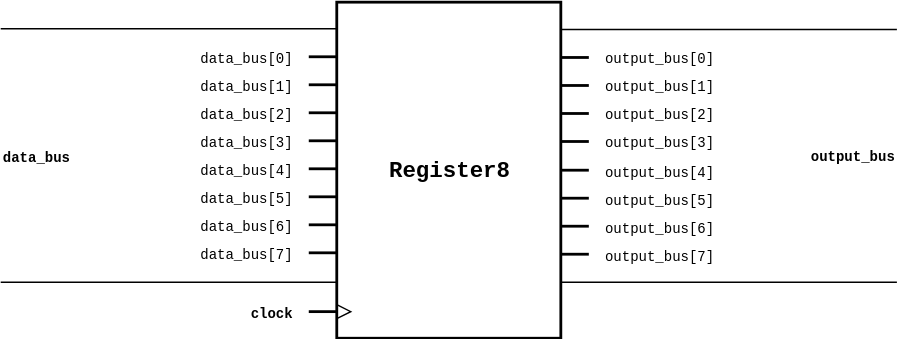
Above: docs/images/schematics/storage/Register8.svg in jamesjiang52/Bitwise (draw.io), before the change. Source tidied: cells renumbered, new cells last; positions are measured from the earlier drawing's top-left corner, leaving out a move shared by most shapes. Its diagram source:
```xml
<mxGraphModel background="#ffffff">
  <root>
    <mxCell id="0" />
    <mxCell id="1" parent="0" />
    <mxCell id="2" style="group;" parent="1" vertex="1">
      <mxGeometry width="640" height="240" as="geometry" />
    </mxCell>
    <mxCell id="3" value="&lt;font face=&quot;Courier New&quot;&gt;&lt;font style=&quot;font-size: 10px&quot;&gt;data_bus[2]&lt;/font&gt;&lt;br&gt;&lt;/font&gt;" style="text;html=1;strokeColor=none;fillColor=none;align=right;verticalAlign=middle;whiteSpace=wrap;rounded=0;" parent="2" vertex="1">
      <mxGeometry x="160" y="69" width="50" height="20" as="geometry" />
    </mxCell>
    <mxCell id="4" value="&lt;font face=&quot;Courier New&quot;&gt;&lt;font style=&quot;font-size: 10px&quot;&gt;data_bus[1]&lt;/font&gt;&lt;br&gt;&lt;/font&gt;" style="text;html=1;strokeColor=none;fillColor=none;align=right;verticalAlign=middle;whiteSpace=wrap;rounded=0;" parent="2" vertex="1">
      <mxGeometry x="160" y="49" width="50" height="20" as="geometry" />
    </mxCell>
    <mxCell id="5" style="rounded=0;whiteSpace=wrap;html=1;strokeWidth=2;" parent="2" vertex="1">
      <mxGeometry x="240" width="160" height="240" as="geometry" />
    </mxCell>
    <mxCell id="6" style="endArrow=none;html=1;strokeWidth=2;" parent="2" edge="1">
      <mxGeometry relative="1" as="geometry">
        <mxPoint x="220" y="39" as="sourcePoint" />
        <mxPoint x="240" y="39" as="targetPoint" />
      </mxGeometry>
    </mxCell>
    <mxCell id="7" style="endArrow=none;html=1;strokeWidth=2;" parent="2" edge="1">
      <mxGeometry relative="1" as="geometry">
        <mxPoint x="400" y="99.5" as="sourcePoint" />
        <mxPoint x="420" y="99.5" as="targetPoint" />
      </mxGeometry>
    </mxCell>
    <mxCell id="8" value="&lt;font face=&quot;Courier New&quot;&gt;&lt;span style=&quot;font-size: 16px&quot;&gt;&lt;b&gt;Register8&lt;/b&gt;&lt;/span&gt;&lt;/font&gt;&lt;br&gt;" style="text;html=1;strokeColor=none;fillColor=none;align=center;verticalAlign=middle;whiteSpace=wrap;rounded=0;" parent="2" vertex="1">
      <mxGeometry x="240" width="160" height="240" as="geometry" />
    </mxCell>
    <mxCell id="9" value="&lt;font face=&quot;Courier New&quot;&gt;&lt;font style=&quot;font-size: 10px&quot;&gt;data_bus[0]&lt;/font&gt;&lt;br&gt;&lt;/font&gt;" style="text;html=1;strokeColor=none;fillColor=none;align=right;verticalAlign=middle;whiteSpace=wrap;rounded=0;" parent="2" vertex="1">
      <mxGeometry x="160" y="29" width="50" height="20" as="geometry" />
    </mxCell>
    <mxCell id="10" value="&lt;font face=&quot;Courier New&quot; style=&quot;font-size: 10px&quot;&gt;output_bus[0]&lt;/font&gt;" style="text;html=1;strokeColor=none;fillColor=none;align=left;verticalAlign=middle;whiteSpace=wrap;rounded=0;" parent="2" vertex="1">
      <mxGeometry x="430" y="29.5" width="80" height="20" as="geometry" />
    </mxCell>
    <mxCell id="11" style="endArrow=none;html=1;strokeWidth=2;" parent="2" edge="1">
      <mxGeometry relative="1" as="geometry">
        <mxPoint x="220" y="59" as="sourcePoint" />
        <mxPoint x="240" y="59" as="targetPoint" />
      </mxGeometry>
    </mxCell>
    <mxCell id="12" style="endArrow=none;html=1;" parent="2" edge="1">
      <mxGeometry relative="1" as="geometry">
        <mxPoint y="200" as="sourcePoint" />
        <mxPoint x="240" y="200" as="targetPoint" />
      </mxGeometry>
    </mxCell>
    <mxCell id="13" style="endArrow=none;html=1;strokeWidth=2;" parent="2" edge="1">
      <mxGeometry relative="1" as="geometry">
        <mxPoint x="220" y="79" as="sourcePoint" />
        <mxPoint x="240" y="79" as="targetPoint" />
      </mxGeometry>
    </mxCell>
    <mxCell id="14" style="endArrow=none;html=1;strokeWidth=2;" parent="2" edge="1">
      <mxGeometry relative="1" as="geometry">
        <mxPoint x="220" y="99" as="sourcePoint" />
        <mxPoint x="240" y="99" as="targetPoint" />
      </mxGeometry>
    </mxCell>
    <mxCell id="15" value="&lt;font face=&quot;Courier New&quot;&gt;&lt;font style=&quot;font-size: 10px&quot;&gt;data_bus[3]&lt;/font&gt;&lt;br&gt;&lt;/font&gt;" style="text;html=1;strokeColor=none;fillColor=none;align=right;verticalAlign=middle;whiteSpace=wrap;rounded=0;" parent="2" vertex="1">
      <mxGeometry x="160" y="89" width="50" height="20" as="geometry" />
    </mxCell>
    <mxCell id="16" style="endArrow=none;html=1;" parent="2" edge="1">
      <mxGeometry relative="1" as="geometry">
        <mxPoint y="19" as="sourcePoint" />
        <mxPoint x="240" y="19" as="targetPoint" />
      </mxGeometry>
    </mxCell>
    <mxCell id="17" value="&lt;b&gt;&lt;font face=&quot;Courier New&quot; style=&quot;font-size: 10px&quot;&gt;data_bus&lt;/font&gt;&lt;/b&gt;" style="text;html=1;strokeColor=none;fillColor=none;align=left;verticalAlign=middle;whiteSpace=wrap;rounded=0;" parent="2" vertex="1">
      <mxGeometry y="100" width="70" height="20" as="geometry" />
    </mxCell>
    <mxCell id="18" style="endArrow=none;html=1;strokeWidth=2;" parent="2" edge="1">
      <mxGeometry relative="1" as="geometry">
        <mxPoint x="400" y="39.5" as="sourcePoint" />
        <mxPoint x="420" y="39.5" as="targetPoint" />
      </mxGeometry>
    </mxCell>
    <mxCell id="19" style="endArrow=none;html=1;strokeWidth=2;" parent="2" edge="1">
      <mxGeometry relative="1" as="geometry">
        <mxPoint x="400" y="59.5" as="sourcePoint" />
        <mxPoint x="420" y="59.5" as="targetPoint" />
      </mxGeometry>
    </mxCell>
    <mxCell id="20" style="endArrow=none;html=1;strokeWidth=2;" parent="2" edge="1">
      <mxGeometry relative="1" as="geometry">
        <mxPoint x="400" y="79.5" as="sourcePoint" />
        <mxPoint x="420" y="79.5" as="targetPoint" />
      </mxGeometry>
    </mxCell>
    <mxCell id="21" value="&lt;font face=&quot;Courier New&quot; style=&quot;font-size: 10px&quot;&gt;output_bus[1]&lt;/font&gt;" style="text;html=1;strokeColor=none;fillColor=none;align=left;verticalAlign=middle;whiteSpace=wrap;rounded=0;" parent="2" vertex="1">
      <mxGeometry x="430" y="49.5" width="80" height="20" as="geometry" />
    </mxCell>
    <mxCell id="22" value="&lt;font face=&quot;Courier New&quot; style=&quot;font-size: 10px&quot;&gt;output_bus[2]&lt;/font&gt;" style="text;html=1;strokeColor=none;fillColor=none;align=left;verticalAlign=middle;whiteSpace=wrap;rounded=0;" parent="2" vertex="1">
      <mxGeometry x="430" y="69.5" width="80" height="20" as="geometry" />
    </mxCell>
    <mxCell id="23" value="&lt;font face=&quot;Courier New&quot; style=&quot;font-size: 10px&quot;&gt;output_bus[3]&lt;/font&gt;" style="text;html=1;strokeColor=none;fillColor=none;align=left;verticalAlign=middle;whiteSpace=wrap;rounded=0;" parent="2" vertex="1">
      <mxGeometry x="430" y="89.5" width="80" height="20" as="geometry" />
    </mxCell>
    <mxCell id="24" style="endArrow=none;html=1;" parent="2" edge="1">
      <mxGeometry relative="1" as="geometry">
        <mxPoint x="400" y="19.5" as="sourcePoint" />
        <mxPoint x="640" y="19.5" as="targetPoint" />
      </mxGeometry>
    </mxCell>
    <mxCell id="25" style="endArrow=none;html=1;" parent="2" edge="1">
      <mxGeometry relative="1" as="geometry">
        <mxPoint x="400" y="200" as="sourcePoint" />
        <mxPoint x="640" y="200" as="targetPoint" />
      </mxGeometry>
    </mxCell>
    <mxCell id="26" value="&lt;b&gt;&lt;font face=&quot;Courier New&quot; style=&quot;font-size: 10px&quot;&gt;output_bus&lt;/font&gt;&lt;/b&gt;" style="text;html=1;strokeColor=none;fillColor=none;align=right;verticalAlign=middle;whiteSpace=wrap;rounded=0;" parent="2" vertex="1">
      <mxGeometry x="570" y="99" width="70" height="20" as="geometry" />
    </mxCell>
    <mxCell id="27" style="endArrow=none;html=1;strokeWidth=2;" parent="2" edge="1">
      <mxGeometry relative="1" as="geometry">
        <mxPoint x="220" y="221" as="sourcePoint" />
        <mxPoint x="240" y="221" as="targetPoint" />
      </mxGeometry>
    </mxCell>
    <mxCell id="28" style="triangle;whiteSpace=wrap;html=1;fillColor=none;" parent="2" vertex="1">
      <mxGeometry x="240" y="216" width="10" height="10" as="geometry" />
    </mxCell>
    <mxCell id="29" value="&lt;font face=&quot;Courier New&quot;&gt;&lt;b&gt;&lt;font style=&quot;font-size: 10px&quot;&gt;clock&lt;/font&gt;&lt;/b&gt;&lt;br&gt;&lt;/font&gt;" style="text;html=1;strokeColor=none;fillColor=none;align=right;verticalAlign=middle;whiteSpace=wrap;rounded=0;" parent="2" vertex="1">
      <mxGeometry x="160" y="211" width="50" height="20" as="geometry" />
    </mxCell>
    <mxCell id="30" value="&lt;font face=&quot;Courier New&quot;&gt;&lt;font style=&quot;font-size: 10px&quot;&gt;data_bus[6]&lt;/font&gt;&lt;br&gt;&lt;/font&gt;" style="text;html=1;strokeColor=none;fillColor=none;align=right;verticalAlign=middle;whiteSpace=wrap;rounded=0;" parent="2" vertex="1">
      <mxGeometry x="160" y="149" width="50" height="20" as="geometry" />
    </mxCell>
    <mxCell id="31" value="&lt;font face=&quot;Courier New&quot;&gt;&lt;font style=&quot;font-size: 10px&quot;&gt;data_bus[5]&lt;/font&gt;&lt;br&gt;&lt;/font&gt;" style="text;html=1;strokeColor=none;fillColor=none;align=right;verticalAlign=middle;whiteSpace=wrap;rounded=0;" parent="2" vertex="1">
      <mxGeometry x="160" y="129" width="50" height="20" as="geometry" />
    </mxCell>
    <mxCell id="32" style="endArrow=none;html=1;strokeWidth=2;" parent="2" edge="1">
      <mxGeometry relative="1" as="geometry">
        <mxPoint x="220" y="119" as="sourcePoint" />
        <mxPoint x="240" y="119" as="targetPoint" />
      </mxGeometry>
    </mxCell>
    <mxCell id="33" value="&lt;font face=&quot;Courier New&quot;&gt;&lt;font style=&quot;font-size: 10px&quot;&gt;data_bus[4]&lt;/font&gt;&lt;br&gt;&lt;/font&gt;" style="text;html=1;strokeColor=none;fillColor=none;align=right;verticalAlign=middle;whiteSpace=wrap;rounded=0;" parent="2" vertex="1">
      <mxGeometry x="160" y="109" width="50" height="20" as="geometry" />
    </mxCell>
    <mxCell id="34" style="endArrow=none;html=1;strokeWidth=2;" parent="2" edge="1">
      <mxGeometry relative="1" as="geometry">
        <mxPoint x="220" y="139" as="sourcePoint" />
        <mxPoint x="240" y="139" as="targetPoint" />
      </mxGeometry>
    </mxCell>
    <mxCell id="35" style="endArrow=none;html=1;strokeWidth=2;" parent="2" edge="1">
      <mxGeometry relative="1" as="geometry">
        <mxPoint x="220" y="159" as="sourcePoint" />
        <mxPoint x="240" y="159" as="targetPoint" />
      </mxGeometry>
    </mxCell>
    <mxCell id="36" style="endArrow=none;html=1;strokeWidth=2;" parent="2" edge="1">
      <mxGeometry relative="1" as="geometry">
        <mxPoint x="220" y="179" as="sourcePoint" />
        <mxPoint x="240" y="179" as="targetPoint" />
      </mxGeometry>
    </mxCell>
    <mxCell id="37" value="&lt;font face=&quot;Courier New&quot;&gt;&lt;font style=&quot;font-size: 10px&quot;&gt;data_bus[7]&lt;/font&gt;&lt;br&gt;&lt;/font&gt;" style="text;html=1;strokeColor=none;fillColor=none;align=right;verticalAlign=middle;whiteSpace=wrap;rounded=0;" parent="2" vertex="1">
      <mxGeometry x="160" y="169" width="50" height="20" as="geometry" />
    </mxCell>
    <mxCell id="38" style="endArrow=none;html=1;strokeWidth=2;" parent="2" edge="1">
      <mxGeometry relative="1" as="geometry">
        <mxPoint x="400" y="180" as="sourcePoint" />
        <mxPoint x="420" y="180" as="targetPoint" />
      </mxGeometry>
    </mxCell>
    <mxCell id="39" value="&lt;font face=&quot;Courier New&quot; style=&quot;font-size: 10px&quot;&gt;output_bus[4]&lt;/font&gt;" style="text;html=1;strokeColor=none;fillColor=none;align=left;verticalAlign=middle;whiteSpace=wrap;rounded=0;" parent="2" vertex="1">
      <mxGeometry x="430" y="110" width="80" height="20" as="geometry" />
    </mxCell>
    <mxCell id="40" style="endArrow=none;html=1;strokeWidth=2;" parent="2" edge="1">
      <mxGeometry relative="1" as="geometry">
        <mxPoint x="400" y="120" as="sourcePoint" />
        <mxPoint x="420" y="120" as="targetPoint" />
      </mxGeometry>
    </mxCell>
    <mxCell id="41" style="endArrow=none;html=1;strokeWidth=2;" parent="2" edge="1">
      <mxGeometry relative="1" as="geometry">
        <mxPoint x="400" y="140" as="sourcePoint" />
        <mxPoint x="420" y="140" as="targetPoint" />
      </mxGeometry>
    </mxCell>
    <mxCell id="42" style="endArrow=none;html=1;strokeWidth=2;" parent="2" edge="1">
      <mxGeometry relative="1" as="geometry">
        <mxPoint x="400" y="160" as="sourcePoint" />
        <mxPoint x="420" y="160" as="targetPoint" />
      </mxGeometry>
    </mxCell>
    <mxCell id="43" value="&lt;font face=&quot;Courier New&quot; style=&quot;font-size: 10px&quot;&gt;output_bus[5]&lt;/font&gt;" style="text;html=1;strokeColor=none;fillColor=none;align=left;verticalAlign=middle;whiteSpace=wrap;rounded=0;" parent="2" vertex="1">
      <mxGeometry x="430" y="130" width="80" height="20" as="geometry" />
    </mxCell>
    <mxCell id="44" value="&lt;font face=&quot;Courier New&quot; style=&quot;font-size: 10px&quot;&gt;output_bus[6]&lt;/font&gt;" style="text;html=1;strokeColor=none;fillColor=none;align=left;verticalAlign=middle;whiteSpace=wrap;rounded=0;" parent="2" vertex="1">
      <mxGeometry x="430" y="150" width="80" height="20" as="geometry" />
    </mxCell>
    <mxCell id="45" value="&lt;font face=&quot;Courier New&quot; style=&quot;font-size: 10px&quot;&gt;output_bus[7]&lt;/font&gt;" style="text;html=1;strokeColor=none;fillColor=none;align=left;verticalAlign=middle;whiteSpace=wrap;rounded=0;" parent="2" vertex="1">
      <mxGeometry x="430" y="170" width="80" height="20" as="geometry" />
    </mxCell>
  </root>
</mxGraphModel>
```
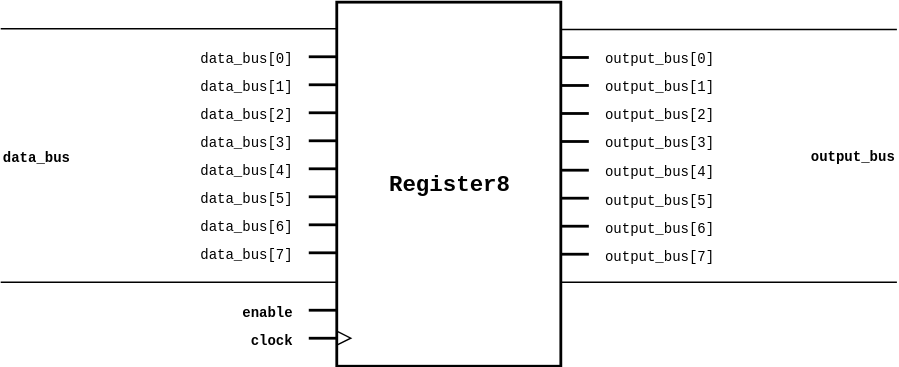
Above is the later version.

Change to the diagram source:
```diff
@@ -3,7 +3,7 @@
     <mxCell id="0" />
     <mxCell id="1" parent="0" />
     <mxCell id="2" style="group;" parent="1" vertex="1">
-      <mxGeometry width="640" height="240" as="geometry" />
+      <mxGeometry width="640" height="260" as="geometry" />
     </mxCell>
     <mxCell id="3" value="&lt;font face=&quot;Courier New&quot;&gt;&lt;font style=&quot;font-size: 10px&quot;&gt;data_bus[2]&lt;/font&gt;&lt;br&gt;&lt;/font&gt;" style="text;html=1;strokeColor=none;fillColor=none;align=right;verticalAlign=middle;whiteSpace=wrap;rounded=0;" parent="2" vertex="1">
       <mxGeometry x="160" y="69" width="50" height="20" as="geometry" />
@@ -12,7 +12,7 @@
       <mxGeometry x="160" y="49" width="50" height="20" as="geometry" />
     </mxCell>
     <mxCell id="5" style="rounded=0;whiteSpace=wrap;html=1;strokeWidth=2;" parent="2" vertex="1">
-      <mxGeometry x="240" width="160" height="240" as="geometry" />
+      <mxGeometry x="240" width="160" height="260" as="geometry" />
     </mxCell>
     <mxCell id="6" style="endArrow=none;html=1;strokeWidth=2;" parent="2" edge="1">
       <mxGeometry relative="1" as="geometry">
@@ -27,7 +27,7 @@
       </mxGeometry>
     </mxCell>
     <mxCell id="8" value="&lt;font face=&quot;Courier New&quot;&gt;&lt;span style=&quot;font-size: 16px&quot;&gt;&lt;b&gt;Register8&lt;/b&gt;&lt;/span&gt;&lt;/font&gt;&lt;br&gt;" style="text;html=1;strokeColor=none;fillColor=none;align=center;verticalAlign=middle;whiteSpace=wrap;rounded=0;" parent="2" vertex="1">
-      <mxGeometry x="240" width="160" height="240" as="geometry" />
+      <mxGeometry x="240" width="160" height="260" as="geometry" />
     </mxCell>
     <mxCell id="9" value="&lt;font face=&quot;Courier New&quot;&gt;&lt;font style=&quot;font-size: 10px&quot;&gt;data_bus[0]&lt;/font&gt;&lt;br&gt;&lt;/font&gt;" style="text;html=1;strokeColor=none;fillColor=none;align=right;verticalAlign=middle;whiteSpace=wrap;rounded=0;" parent="2" vertex="1">
       <mxGeometry x="160" y="29" width="50" height="20" as="geometry" />
@@ -115,15 +115,15 @@
     </mxCell>
     <mxCell id="27" style="endArrow=none;html=1;strokeWidth=2;" parent="2" edge="1">
       <mxGeometry relative="1" as="geometry">
-        <mxPoint x="220" y="221" as="sourcePoint" />
-        <mxPoint x="240" y="221" as="targetPoint" />
+        <mxPoint x="220" y="240" as="sourcePoint" />
+        <mxPoint x="240" y="240" as="targetPoint" />
       </mxGeometry>
     </mxCell>
     <mxCell id="28" style="triangle;whiteSpace=wrap;html=1;fillColor=none;" parent="2" vertex="1">
-      <mxGeometry x="240" y="216" width="10" height="10" as="geometry" />
+      <mxGeometry x="240" y="235" width="10" height="10" as="geometry" />
     </mxCell>
     <mxCell id="29" value="&lt;font face=&quot;Courier New&quot;&gt;&lt;b&gt;&lt;font style=&quot;font-size: 10px&quot;&gt;clock&lt;/font&gt;&lt;/b&gt;&lt;br&gt;&lt;/font&gt;" style="text;html=1;strokeColor=none;fillColor=none;align=right;verticalAlign=middle;whiteSpace=wrap;rounded=0;" parent="2" vertex="1">
-      <mxGeometry x="160" y="211" width="50" height="20" as="geometry" />
+      <mxGeometry x="160" y="230" width="50" height="20" as="geometry" />
     </mxCell>
     <mxCell id="30" value="&lt;font face=&quot;Courier New&quot;&gt;&lt;font style=&quot;font-size: 10px&quot;&gt;data_bus[6]&lt;/font&gt;&lt;br&gt;&lt;/font&gt;" style="text;html=1;strokeColor=none;fillColor=none;align=right;verticalAlign=middle;whiteSpace=wrap;rounded=0;" parent="2" vertex="1">
       <mxGeometry x="160" y="149" width="50" height="20" as="geometry" />
@@ -197,5 +197,14 @@
     <mxCell id="45" value="&lt;font face=&quot;Courier New&quot; style=&quot;font-size: 10px&quot;&gt;output_bus[7]&lt;/font&gt;" style="text;html=1;strokeColor=none;fillColor=none;align=left;verticalAlign=middle;whiteSpace=wrap;rounded=0;" parent="2" vertex="1">
       <mxGeometry x="430" y="170" width="80" height="20" as="geometry" />
     </mxCell>
+    <mxCell id="46" style="endArrow=none;html=1;strokeWidth=2;" parent="2" edge="1">
+      <mxGeometry relative="1" as="geometry">
+        <mxPoint x="220" y="220" as="sourcePoint" />
+        <mxPoint x="240" y="220" as="targetPoint" />
+      </mxGeometry>
+    </mxCell>
+    <mxCell id="47" value="&lt;font face=&quot;Courier New&quot;&gt;&lt;b&gt;&lt;font style=&quot;font-size: 10px&quot;&gt;enable&lt;/font&gt;&lt;/b&gt;&lt;br&gt;&lt;/font&gt;" style="text;html=1;strokeColor=none;fillColor=none;align=right;verticalAlign=middle;whiteSpace=wrap;rounded=0;" parent="2" vertex="1">
+      <mxGeometry x="160" y="210" width="50" height="20" as="geometry" />
+    </mxCell>
   </root>
 </mxGraphModel>
```
